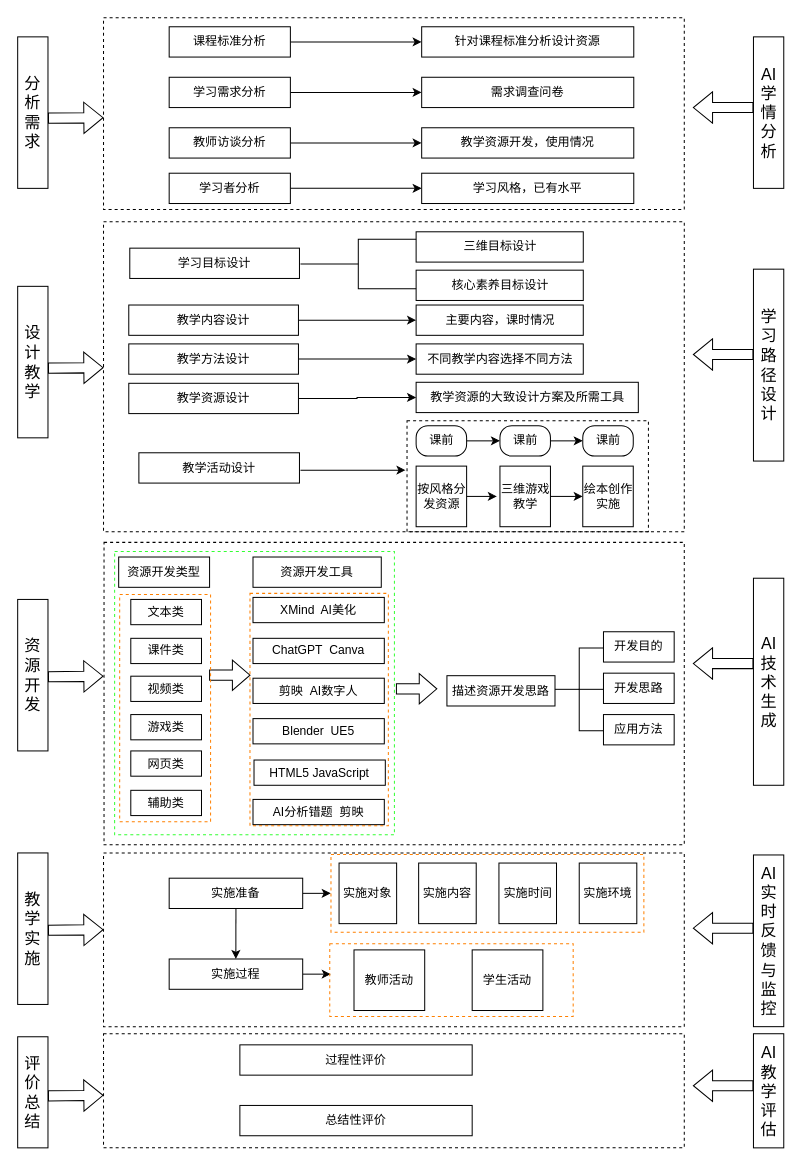
Earlier version of the draw.io diagram AI赋能开发框架.drawio (xewy/qimo2). Source tidied: cells renumbered, new cells numbered last; positions are measured from the earlier drawing's top-left corner, leaving out a move shared by most shapes. Both pictures are drawn from the tidied source at 101%, with x=0, y=0 at pixel (17, 17).
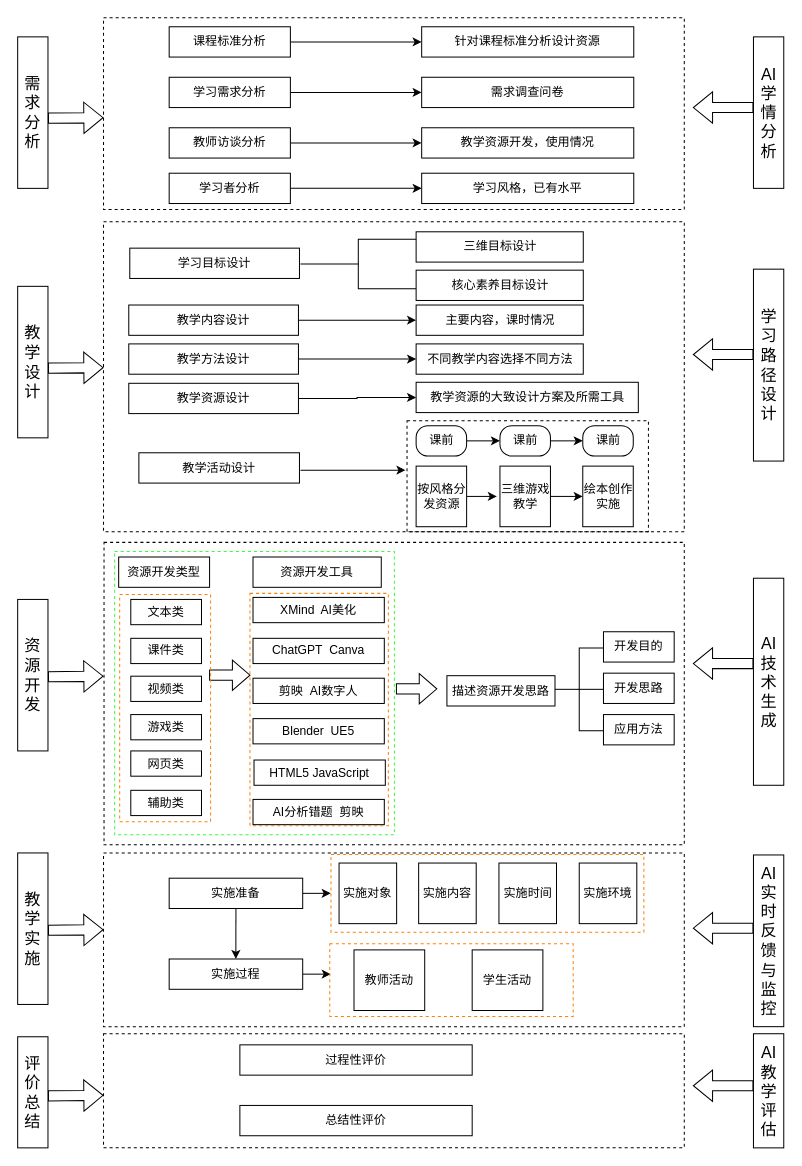
After the change.

Commit message:
更新AI赋能开发框架.drawio

Change to the diagram source:
```diff
@@
-    <mxCell id="4" value="分析需求" style="rounded=0;whiteSpace=wrap;html=1;fontSize=16;" parent="1" vertex="1">
+    <mxCell id="4" value="需求分析" style="rounded=0;whiteSpace=wrap;html=1;fontSize=16;" parent="1" vertex="1">
       <mxGeometry y="19" width="30" height="150" as="geometry" />
     </mxCell>
-    <mxCell id="5" value="设计教学" style="rounded=0;whiteSpace=wrap;html=1;fontSize=16;" parent="1" vertex="1">
+    <mxCell id="5" value="教学设计" style="rounded=0;whiteSpace=wrap;html=1;fontSize=16;" parent="1" vertex="1">
       <mxGeometry y="266" width="30" height="150" as="geometry" />
     </mxCell>
```
